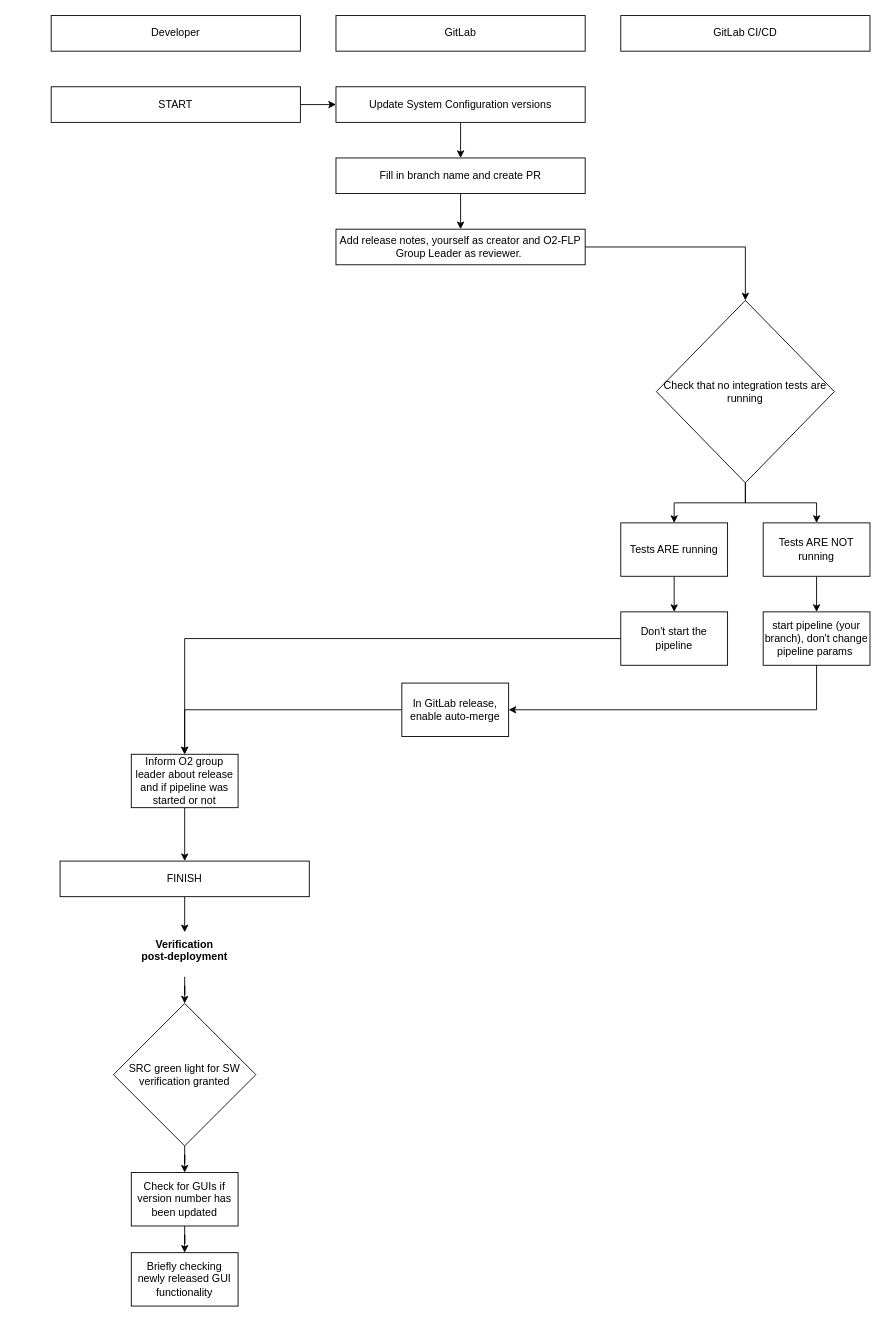
AliceO2Group/WebUi keeps this draw.io diagram as documentation/images/deployment_diagram.drawio. Above is the earlier version. Source tidied: cells renumbered, new cells numbered last; positions are measured from the earlier drawing's top-left corner, leaving out a move shared by most shapes. Both pictures are drawn from the tidied source at 89%, with x=0, y=0 at pixel (51, 15).
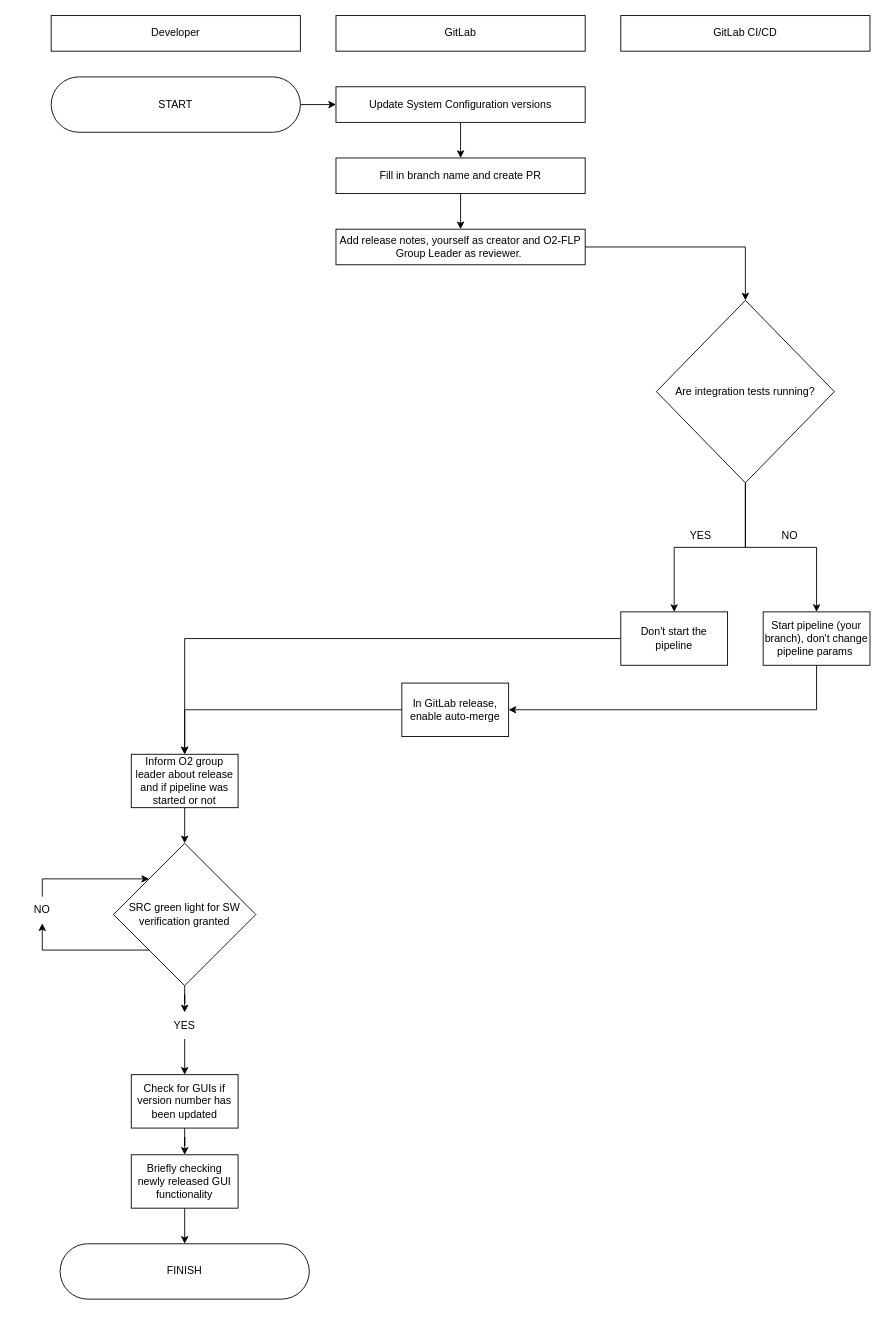
After the change.

Commit message (it also covers changes not shown here):
[docs] Feedback processed, better start/finish, moved finished in deployment

The change refers to these unchanged cells:
```xml
<mxCell id="6" value="Update System Configuration versions" style="rounded=0;whiteSpace=wrap;html=1;" parent="1" vertex="1">
  <mxGeometry x="320" y="80" width="280" height="40" as="geometry" />
</mxCell>
<mxCell id="23" value="Inform O2 group leader about release and if pipeline was started or not" style="rounded=0;whiteSpace=wrap;html=1;" parent="1" vertex="1">
  <mxGeometry x="90" y="830" width="120" height="60" as="geometry" />
</mxCell>
<mxCell id="27" value="Don't start the pipeline" style="whiteSpace=wrap;html=1;" parent="1" vertex="1">
  <mxGeometry x="640" y="670" width="120" height="60" as="geometry" />
</mxCell>
```

Change to the diagram source:
```diff
@@
-    <mxCell id="11" style="edgeStyle=orthogonalEdgeStyle;rounded=0;jettySize=auto;html=1;exitX=1;exitY=0.5;exitDx=0;exitDy=0;entryX=0;entryY=0.5;entryDx=0;entryDy=0;" parent="1" edge="1" source="12" target="6">
-      <mxGeometry relative="1" as="geometry" />
-    </mxCell>
-    <mxCell id="12" value="START" style="rounded=0;whiteSpace=wrap;html=1;" parent="1" vertex="1">
-      <mxGeometry y="80" width="280" height="40" as="geometry" />
-    </mxCell>
-    <mxCell id="13" style="edgeStyle=orthogonalEdgeStyle;rounded=0;jettySize=auto;html=1;entryX=0.5;entryY=0;entryDx=0;entryDy=0;" parent="1" edge="1" source="14" target="36">
-      <mxGeometry relative="1" as="geometry" />
-    </mxCell>
-    <mxCell id="14" value="FINISH" style="rounded=0;whiteSpace=wrap;html=1;" parent="1" vertex="1">
-      <mxGeometry x="10" y="950" width="280" height="40" as="geometry" />
-    </mxCell>
-    <mxCell id="15" style="edgeStyle=orthogonalEdgeStyle;rounded=0;jettySize=auto;html=1;" parent="1" edge="1" source="17" target="21">
-      <mxGeometry relative="1" as="geometry" />
-    </mxCell>
-    <mxCell id="16" style="edgeStyle=orthogonalEdgeStyle;rounded=0;jettySize=auto;html=1;" parent="1" edge="1" source="17" target="19">
-      <mxGeometry relative="1" as="geometry" />
-    </mxCell>
+    <mxCell id="37" style="edgeStyle=orthogonalEdgeStyle;rounded=0;jettySize=auto;html=1;" parent="1" edge="1" source="17" target="25">
+      <mxGeometry relative="1" as="geometry" />
+    </mxCell>
+    <mxCell id="38" style="edgeStyle=orthogonalEdgeStyle;rounded=0;jettySize=auto;html=1;entryX=0.5;entryY=0;entryDx=0;entryDy=0;" parent="1" edge="1" source="17" target="27">
+      <mxGeometry relative="1" as="geometry" />
+    </mxCell>
-    <mxCell id="17" value="Check that no integration tests are running" style="rhombus;whiteSpace=wrap;html=1;" parent="1" vertex="1">
+    <mxCell id="17" value="Are integration tests running?" style="rhombus;whiteSpace=wrap;html=1;" parent="1" vertex="1">
       <mxGeometry x="680" y="320" width="200" height="205" as="geometry" />
     </mxCell>
-    <mxCell id="18" style="edgeStyle=orthogonalEdgeStyle;rounded=0;jettySize=auto;html=1;entryX=0.5;entryY=0;entryDx=0;entryDy=0;" parent="1" edge="1" source="19" target="27">
-      <mxGeometry relative="1" as="geometry" />
-    </mxCell>
-    <mxCell id="19" value="Tests ARE running" style="whiteSpace=wrap;html=1;" parent="1" vertex="1">
-      <mxGeometry x="640" y="570" width="120" height="60" as="geometry" />
-    </mxCell>
-    <mxCell id="20" style="edgeStyle=orthogonalEdgeStyle;rounded=0;jettySize=auto;html=1;" parent="1" edge="1" source="21" target="25">
-      <mxGeometry relative="1" as="geometry" />
-    </mxCell>
-    <mxCell id="21" value="Tests ARE NOT running" style="whiteSpace=wrap;html=1;" parent="1" vertex="1">
-      <mxGeometry x="800" y="570" width="120" height="60" as="geometry" />
-    </mxCell>
-    <mxCell id="22" style="edgeStyle=orthogonalEdgeStyle;rounded=0;jettySize=auto;html=1;" parent="1" edge="1" source="23" target="14">
-      <mxGeometry relative="1" as="geometry" />
-    </mxCell>
+    <mxCell id="39" style="edgeStyle=orthogonalEdgeStyle;rounded=0;jettySize=auto;html=1;entryX=0.5;entryY=0;entryDx=0;entryDy=0;" parent="1" edge="1" source="23" target="31">
+      <mxGeometry relative="1" as="geometry" />
+    </mxCell>
@@
-    <mxCell id="25" value="start pipeline (your branch), don't change pipeline params&amp;nbsp;" style="whiteSpace=wrap;html=1;" parent="1" vertex="1">
+    <mxCell id="25" value="Start pipeline (your branch), don't change pipeline params&amp;nbsp;" style="whiteSpace=wrap;html=1;" parent="1" vertex="1">
       <mxGeometry x="800" y="670" width="120" height="60" as="geometry" />
     </mxCell>
@@
-    <mxCell id="30" style="edgeStyle=orthogonalEdgeStyle;rounded=0;jettySize=auto;html=1;entryX=0.5;entryY=0;entryDx=0;entryDy=0;" parent="1" edge="1" source="31" target="33">
+    <mxCell id="30" style="edgeStyle=orthogonalEdgeStyle;rounded=0;jettySize=auto;html=1;entryX=0.5;entryY=0;entryDx=0;entryDy=0;" parent="1" edge="1" source="45" target="33">
       <mxGeometry relative="1" as="geometry" />
     </mxCell>
+    <mxCell id="40" style="edgeStyle=orthogonalEdgeStyle;rounded=0;jettySize=auto;html=1;entryX=0.5;entryY=1;entryDx=0;entryDy=0;exitX=0;exitY=1;exitDx=0;exitDy=0;" parent="1" edge="1" source="31" target="47">
+      <mxGeometry relative="1" as="geometry">
+        <Array as="points">
+          <mxPoint x="-10" y="1050" />
+        </Array>
+      </mxGeometry>
+    </mxCell>
     <mxCell id="31" value="SRC green light for SW verification granted" style="rhombus;whiteSpace=wrap;html=1;" parent="1" vertex="1">
-      <mxGeometry x="70" y="1110" width="160" height="160" as="geometry" />
+      <mxGeometry x="70" y="930" width="160" height="160" as="geometry" />
     </mxCell>
@@
     <mxCell id="33" value="Check for GUIs if version number has been updated" style="rounded=0;whiteSpace=wrap;html=1;" parent="1" vertex="1">
-      <mxGeometry x="90" y="1300" width="120" height="60" as="geometry" />
+      <mxGeometry x="90" y="1190" width="120" height="60" as="geometry" />
     </mxCell>
+    <mxCell id="41" style="edgeStyle=orthogonalEdgeStyle;rounded=0;jettySize=auto;html=1;entryX=0.5;entryY=0;entryDx=0;entryDy=0;" parent="1" edge="1" source="34" target="14">
+      <mxGeometry relative="1" as="geometry" />
+    </mxCell>
     <mxCell id="34" value="Briefly checking newly released GUI functionality" style="rounded=0;whiteSpace=wrap;html=1;" parent="1" vertex="1">
-      <mxGeometry x="90" y="1390" width="120" height="60" as="geometry" />
+      <mxGeometry x="90" y="1280" width="120" height="60" as="geometry" />
     </mxCell>
-    <mxCell id="35" style="edgeStyle=orthogonalEdgeStyle;rounded=0;jettySize=auto;html=1;" parent="1" edge="1" source="36" target="31">
-      <mxGeometry relative="1" as="geometry" />
-    </mxCell>
-    <mxCell id="36" value="&lt;b&gt;Verification&lt;/b&gt;&lt;div&gt;&lt;b&gt;post-deployment&lt;/b&gt;&lt;/div&gt;" style="text;whiteSpace=wrap;html=1;align=center;" parent="1" vertex="1">
-      <mxGeometry x="90" y="1030" width="120" height="50" as="geometry" />
-    </mxCell>
+    <mxCell id="11" style="edgeStyle=orthogonalEdgeStyle;rounded=0;jettySize=auto;html=1;" parent="1" edge="1" source="12" target="6">
+      <mxGeometry relative="1" as="geometry" />
+    </mxCell>
+    <mxCell id="12" value="START" style="rounded=1;whiteSpace=wrap;html=1;arcSize=50;" parent="1" vertex="1">
+      <mxGeometry y="68.9" width="280" height="62.2" as="geometry" />
+    </mxCell>
+    <mxCell id="14" value="FINISH" style="rounded=1;whiteSpace=wrap;html=1;arcSize=50;" parent="1" vertex="1">
+      <mxGeometry x="10" y="1380" width="280" height="62.2" as="geometry" />
+    </mxCell>
+    <mxCell id="42" value="YES" style="text;html=1;whiteSpace=wrap;strokeColor=none;fillColor=none;align=center;verticalAlign=middle;rounded=0;" parent="1" vertex="1">
+      <mxGeometry x="700" y="570" width="60" height="30" as="geometry" />
+    </mxCell>
+    <mxCell id="43" value="NO" style="text;html=1;whiteSpace=wrap;strokeColor=none;fillColor=none;align=center;verticalAlign=middle;rounded=0;" parent="1" vertex="1">
+      <mxGeometry x="800" y="570" width="60" height="30" as="geometry" />
+    </mxCell>
+    <mxCell id="44" style="edgeStyle=orthogonalEdgeStyle;rounded=0;jettySize=auto;html=1;entryX=0.5;entryY=0;entryDx=0;entryDy=0;" parent="1" edge="1" source="31" target="45">
+      <mxGeometry relative="1" as="geometry" />
+    </mxCell>
+    <mxCell id="45" value="YES" style="text;html=1;whiteSpace=wrap;strokeColor=none;fillColor=none;align=center;verticalAlign=middle;rounded=0;" parent="1" vertex="1">
+      <mxGeometry x="120" y="1120" width="60" height="30" as="geometry" />
+    </mxCell>
+    <mxCell id="46" style="edgeStyle=orthogonalEdgeStyle;rounded=0;jettySize=auto;html=1;entryX=0;entryY=0;entryDx=0;entryDy=0;exitX=0.5;exitY=0;exitDx=0;exitDy=0;" parent="1" edge="1" source="47" target="31">
+      <mxGeometry relative="1" as="geometry" />
+    </mxCell>
+    <mxCell id="47" value="NO" style="text;html=1;whiteSpace=wrap;strokeColor=none;fillColor=none;align=center;verticalAlign=middle;rounded=0;" parent="1" vertex="1">
+      <mxGeometry x="-40" y="990" width="60" height="30" as="geometry" />
+    </mxCell>
```
